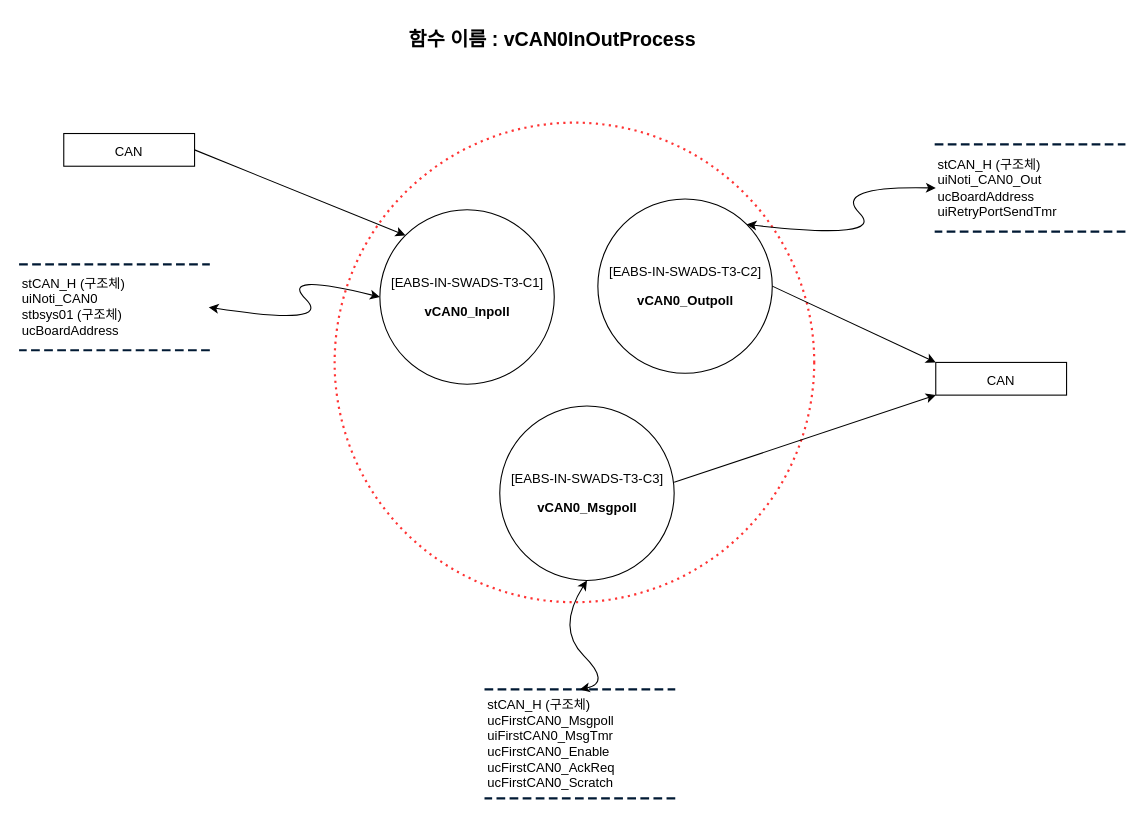
Above: page "EABS-IN-SWF03" (3 of 10) of EABS/Document_Pack/Design/INPUT/FlowChart/INPUT SW Data Flow Diagram.drawio.xml in chillin2/MyDraw.io (draw.io), before the change. Source tidied: cells renumbered, new cells numbered last; positions are measured from the earlier drawing's top-left corner, leaving out a move shared by most shapes. Both pictures are drawn from the tidied source at 109%, with x=0, y=0 at pixel (20, 24).
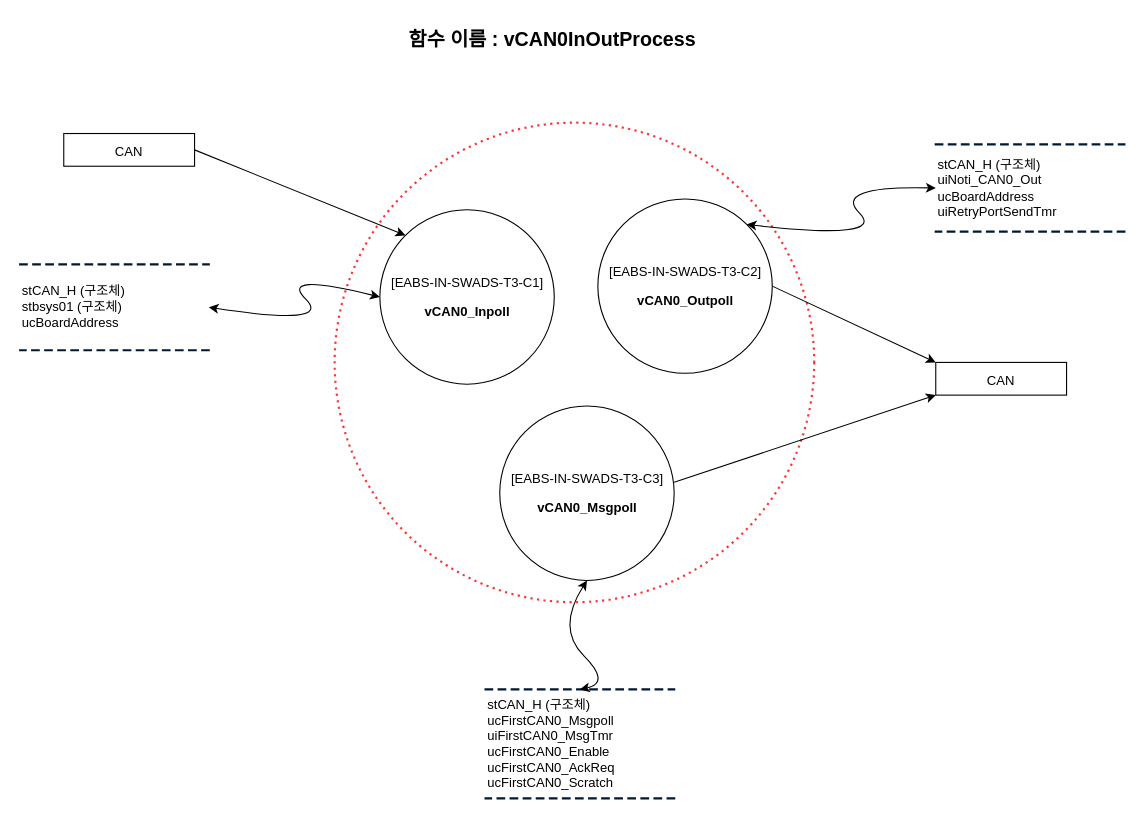
The same diagram, later.

Change to the diagram source:
```diff
@@
-    <mxCell id="9" value="stCAN_H (구조체)&lt;br&gt;uiNoti_CAN0&lt;br&gt;stbsys01 (구조체)&lt;br&gt;ucBoardAddress&lt;br&gt;" style="html=1;dashed=1;whitespace=wrap;shape=partialRectangle;right=0;left=0;strokeColor=#001933;strokeWidth=2;align=left;" parent="1" vertex="1">
+    <mxCell id="9" value="stCAN_H (구조체)&lt;br&gt;stbsys01 (구조체)&lt;br&gt;ucBoardAddress" style="html=1;dashed=1;whitespace=wrap;shape=partialRectangle;right=0;left=0;strokeColor=#001933;strokeWidth=2;align=left;" parent="1" vertex="1">
       <mxGeometry y="220" width="173" height="78.8" as="geometry" />
     </mxCell>
```
